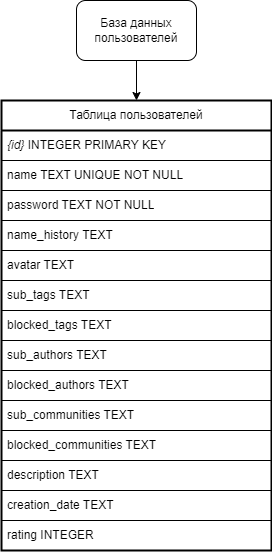
Before: server/doc/source/images/users.drawio.png, a diagram exported from draw.io (abnormalize0/DailyTeleFrog). Source tidied: cells renumbered, new cells last; positions are measured from the earlier drawing's top-left corner, leaving out a move shared by most shapes.
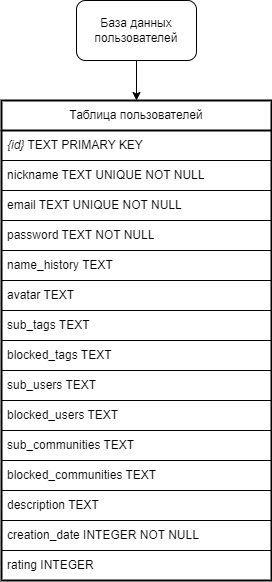
Later version of the same file.

Diff of the diagram source:
```diff
@@ -9,49 +9,52 @@
       <mxGeometry x="75" width="120" height="60" as="geometry" />
     </mxCell>
     <mxCell id="4" value="Таблица пользователей" style="swimlane;fontStyle=0;horizontal=1;startSize=30;whiteSpace=wrap;html=1;swimlaneLine=1;glass=0;strokeWidth=2;" parent="1" vertex="1">
-      <mxGeometry y="100" width="270" height="450" as="geometry" />
+      <mxGeometry y="100" width="270" height="480" as="geometry" />
     </mxCell>
-    <mxCell id="5" value="&lt;i&gt;{id}&lt;/i&gt; INTEGER PRIMARY KEY" style="text;strokeColor=default;fillColor=none;align=left;verticalAlign=middle;spacingLeft=4;spacingRight=4;overflow=hidden;whiteSpace=wrap;html=1;labelBorderColor=none;" parent="4" vertex="1">
+    <mxCell id="5" value="&lt;i&gt;{id}&lt;/i&gt; TEXT PRIMARY KEY" style="text;strokeColor=default;fillColor=none;align=left;verticalAlign=middle;spacingLeft=4;spacingRight=4;overflow=hidden;whiteSpace=wrap;html=1;labelBorderColor=none;" parent="4" vertex="1">
       <mxGeometry y="30" width="270" height="30" as="geometry" />
     </mxCell>
-    <mxCell id="6" value="name TEXT UNIQUE NOT NULL" style="text;strokeColor=default;fillColor=none;align=left;verticalAlign=middle;spacingLeft=4;spacingRight=4;overflow=hidden;whiteSpace=wrap;html=1;" parent="4" vertex="1">
+    <mxCell id="6" value="nickname TEXT UNIQUE NOT NULL" style="text;strokeColor=default;fillColor=none;align=left;verticalAlign=middle;spacingLeft=4;spacingRight=4;overflow=hidden;whiteSpace=wrap;html=1;" parent="4" vertex="1">
       <mxGeometry y="60" width="270" height="30" as="geometry" />
     </mxCell>
+    <mxCell id="19" value="email TEXT UNIQUE NOT NULL" style="text;strokeColor=default;fillColor=none;align=left;verticalAlign=middle;spacingLeft=4;spacingRight=4;overflow=hidden;whiteSpace=wrap;html=1;" parent="4" vertex="1">
+      <mxGeometry y="90" width="270" height="30" as="geometry" />
+    </mxCell>
     <mxCell id="7" value="password TEXT NOT NULL" style="text;strokeColor=default;fillColor=none;align=left;verticalAlign=middle;spacingLeft=4;spacingRight=4;overflow=hidden;whiteSpace=wrap;html=1;" parent="4" vertex="1">
-      <mxGeometry y="90" width="270" height="30" as="geometry" />
+      <mxGeometry y="120" width="270" height="30" as="geometry" />
     </mxCell>
     <mxCell id="8" value="name_history TEXT" style="text;strokeColor=default;fillColor=none;align=left;verticalAlign=middle;spacingLeft=4;spacingRight=4;overflow=hidden;whiteSpace=wrap;html=1;" parent="4" vertex="1">
-      <mxGeometry y="120" width="270" height="30" as="geometry" />
+      <mxGeometry y="150" width="270" height="30" as="geometry" />
     </mxCell>
     <mxCell id="9" value="avatar TEXT" style="text;strokeColor=default;fillColor=none;align=left;verticalAlign=middle;spacingLeft=4;spacingRight=4;overflow=hidden;whiteSpace=wrap;html=1;" parent="4" vertex="1">
-      <mxGeometry y="150" width="270" height="30" as="geometry" />
+      <mxGeometry y="180" width="270" height="30" as="geometry" />
     </mxCell>
     <mxCell id="10" value="sub_tags TEXT" style="text;strokeColor=default;fillColor=none;align=left;verticalAlign=middle;spacingLeft=4;spacingRight=4;overflow=hidden;whiteSpace=wrap;html=1;" parent="4" vertex="1">
-      <mxGeometry y="180" width="270" height="30" as="geometry" />
+      <mxGeometry y="210" width="270" height="30" as="geometry" />
     </mxCell>
     <mxCell id="11" value="blocked_tags TEXT" style="text;strokeColor=default;fillColor=none;align=left;verticalAlign=middle;spacingLeft=4;spacingRight=4;overflow=hidden;whiteSpace=wrap;html=1;" parent="4" vertex="1">
-      <mxGeometry y="210" width="270" height="30" as="geometry" />
+      <mxGeometry y="240" width="270" height="30" as="geometry" />
     </mxCell>
-    <mxCell id="12" value="sub_authors TEXT" style="text;strokeColor=default;fillColor=none;align=left;verticalAlign=middle;spacingLeft=4;spacingRight=4;overflow=hidden;whiteSpace=wrap;html=1;" parent="4" vertex="1">
-      <mxGeometry y="240" width="270" height="30" as="geometry" />
+    <mxCell id="12" value="sub_users TEXT" style="text;strokeColor=default;fillColor=none;align=left;verticalAlign=middle;spacingLeft=4;spacingRight=4;overflow=hidden;whiteSpace=wrap;html=1;" parent="4" vertex="1">
+      <mxGeometry y="270" width="270" height="30" as="geometry" />
     </mxCell>
-    <mxCell id="13" value="blocked_authors TEXT" style="text;strokeColor=default;fillColor=none;align=left;verticalAlign=middle;spacingLeft=4;spacingRight=4;overflow=hidden;whiteSpace=wrap;html=1;" parent="4" vertex="1">
-      <mxGeometry y="270" width="270" height="30" as="geometry" />
+    <mxCell id="13" value="blocked_users TEXT" style="text;strokeColor=default;fillColor=none;align=left;verticalAlign=middle;spacingLeft=4;spacingRight=4;overflow=hidden;whiteSpace=wrap;html=1;" parent="4" vertex="1">
+      <mxGeometry y="300" width="270" height="30" as="geometry" />
     </mxCell>
     <mxCell id="14" value="sub_communities TEXT" style="text;strokeColor=default;fillColor=none;align=left;verticalAlign=middle;spacingLeft=4;spacingRight=4;overflow=hidden;whiteSpace=wrap;html=1;" parent="4" vertex="1">
-      <mxGeometry y="300" width="270" height="30" as="geometry" />
+      <mxGeometry y="330" width="270" height="30" as="geometry" />
     </mxCell>
     <mxCell id="15" value="blocked_communities&amp;nbsp;TEXT" style="text;strokeColor=default;fillColor=none;align=left;verticalAlign=middle;spacingLeft=4;spacingRight=4;overflow=hidden;whiteSpace=wrap;html=1;" parent="4" vertex="1">
-      <mxGeometry y="330" width="270" height="30" as="geometry" />
+      <mxGeometry y="360" width="270" height="30" as="geometry" />
     </mxCell>
     <mxCell id="16" value="description TEXT" style="text;strokeColor=default;fillColor=none;align=left;verticalAlign=middle;spacingLeft=4;spacingRight=4;overflow=hidden;whiteSpace=wrap;html=1;" parent="4" vertex="1">
-      <mxGeometry y="360" width="270" height="30" as="geometry" />
+      <mxGeometry y="390" width="270" height="30" as="geometry" />
     </mxCell>
-    <mxCell id="17" value="creation_date TEXT" style="text;strokeColor=default;fillColor=none;align=left;verticalAlign=middle;spacingLeft=4;spacingRight=4;overflow=hidden;whiteSpace=wrap;html=1;" parent="4" vertex="1">
-      <mxGeometry y="390" width="270" height="30" as="geometry" />
+    <mxCell id="17" value="creation_date INTEGER NOT NULL" style="text;strokeColor=default;fillColor=none;align=left;verticalAlign=middle;spacingLeft=4;spacingRight=4;overflow=hidden;whiteSpace=wrap;html=1;" parent="4" vertex="1">
+      <mxGeometry y="420" width="270" height="30" as="geometry" />
     </mxCell>
     <mxCell id="18" value="rating INTEGER" style="text;strokeColor=default;fillColor=none;align=left;verticalAlign=middle;spacingLeft=4;spacingRight=4;overflow=hidden;whiteSpace=wrap;html=1;" parent="4" vertex="1">
-      <mxGeometry y="420" width="270" height="30" as="geometry" />
+      <mxGeometry y="450" width="270" height="30" as="geometry" />
     </mxCell>
   </root>
 </mxGraphModel>
```
